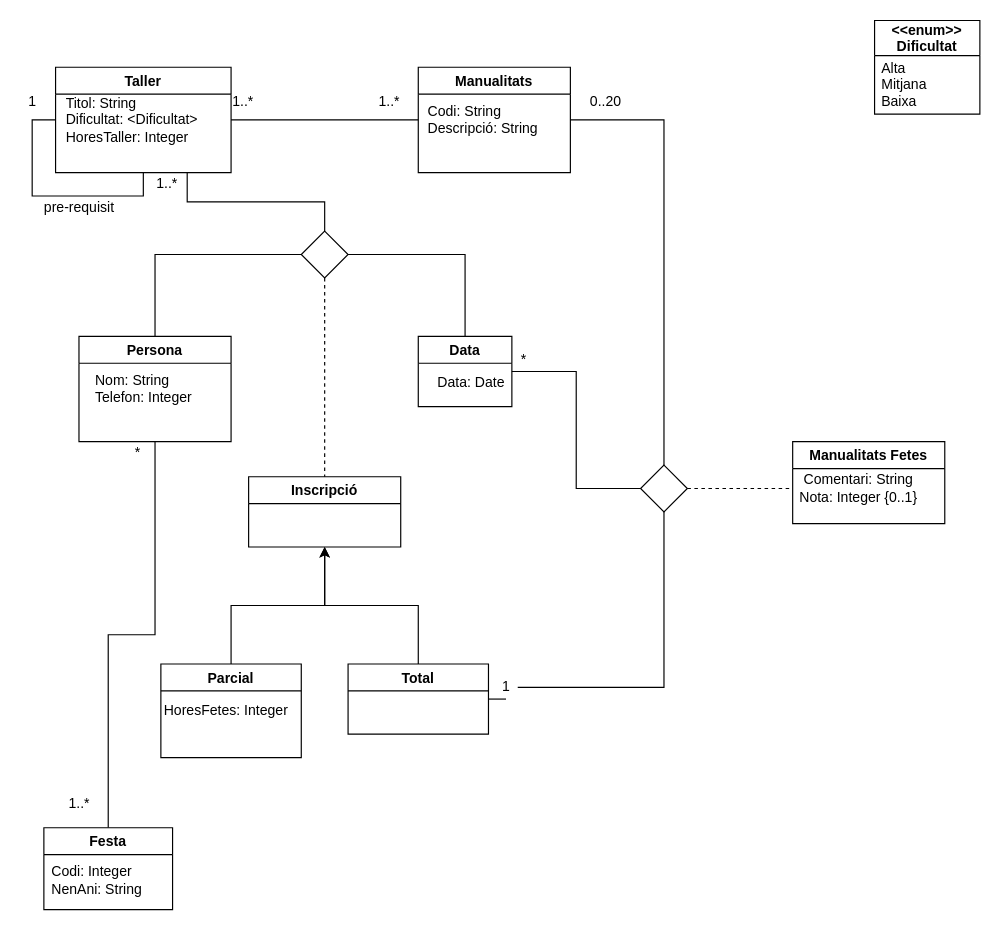
The draw.io diagram Laboratori/Control1/Problema 1.drawio in peretarrida13/IES, before the edit. Source tidied: cells renumbered, new cells numbered last; positions are measured from the earlier drawing's top-left corner, leaving out a move shared by most shapes. Both pictures are drawn from the tidied source at 117%, with x=0, y=0 at pixel (20, 20).
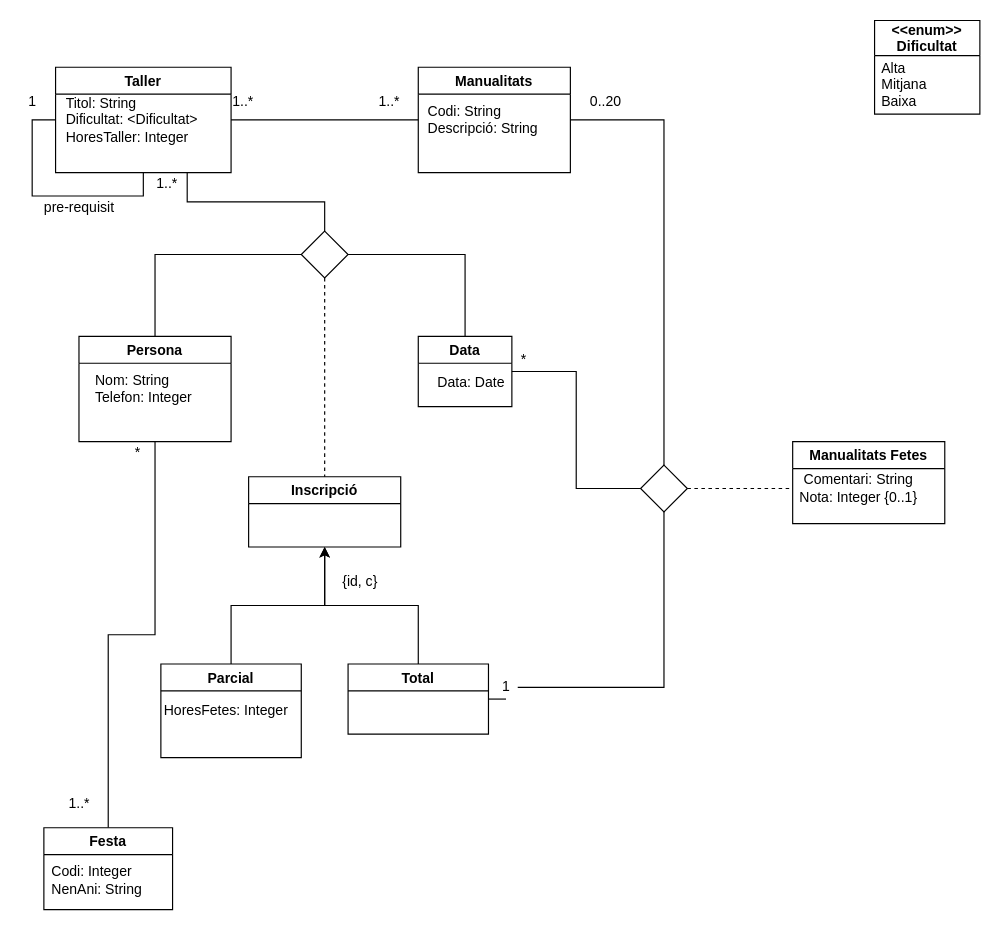
After the change.

Diff of the diagram source:
```diff
@@
+    <mxCell id="46" value="{id, c}" style="text;html=1;align=center;verticalAlign=middle;strokeColor=none;fillColor=none;" parent="1" vertex="1">
+      <mxGeometry x="265" y="470" width="50" height="20" as="geometry" />
+    </mxCell>
```
